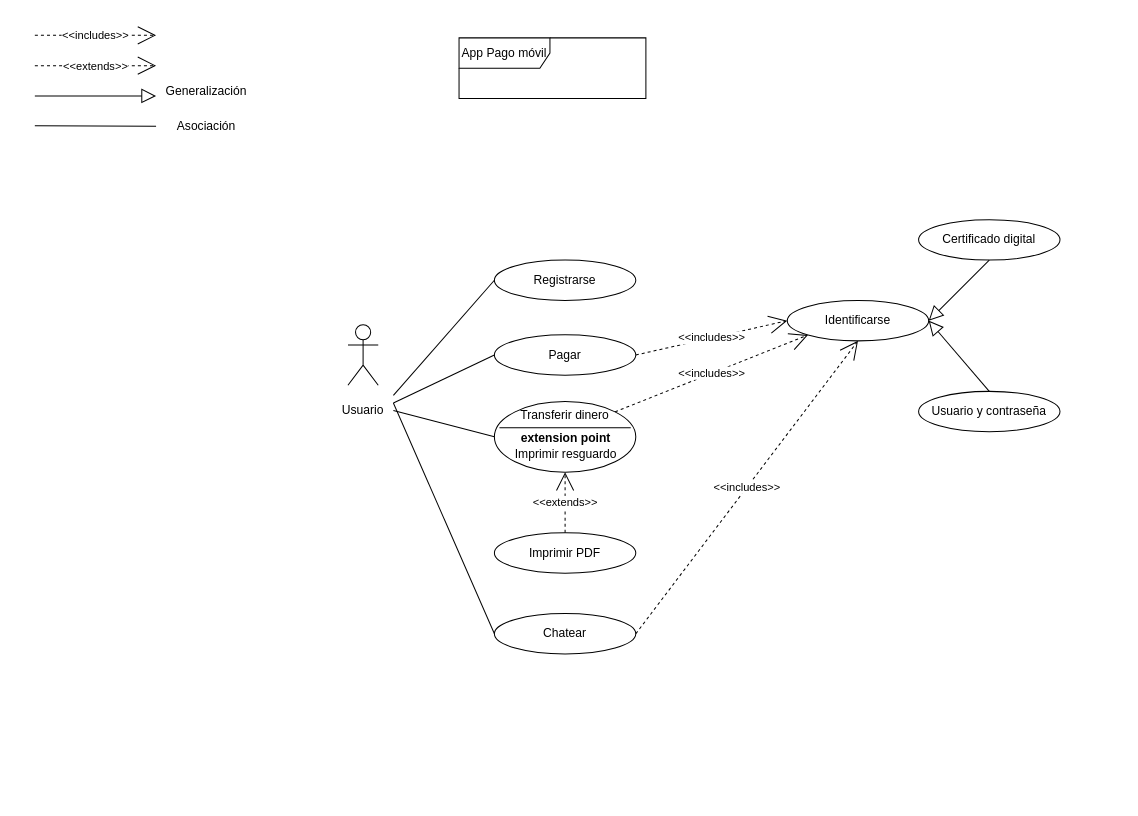
Earlier version of the draw.io diagram U6T2.drawio (memfu/EntornosDesarrollo). Source tidied: cells renumbered, new cells numbered last; positions are measured from the earlier drawing's top-left corner, leaving out a move shared by most shapes. Both pictures are drawn from the tidied source at 101%, with x=0, y=0 at pixel (34, 35).
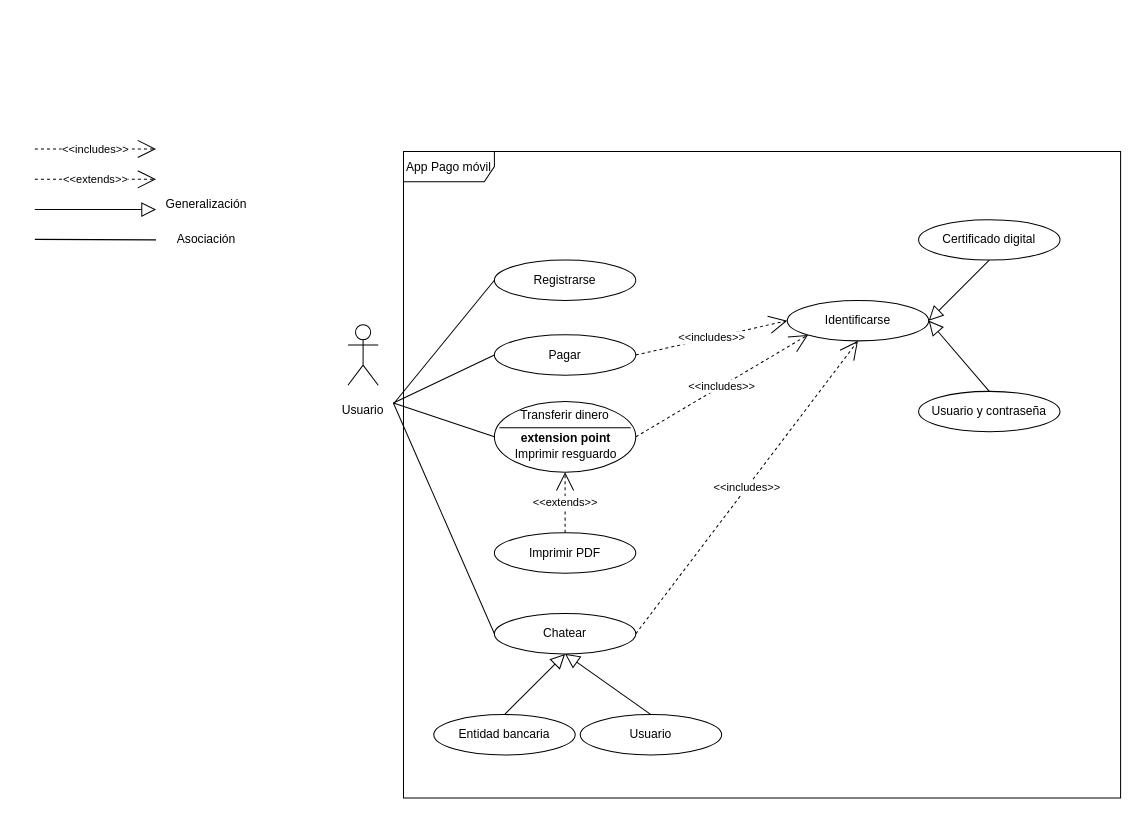
After the change.

Unchanged cells that the change refers to:
```xml
<mxCell id="2" value="Registrarse" style="ellipse;whiteSpace=wrap;html=1;" parent="1" vertex="1">
  <mxGeometry x="455" y="222" width="140" height="40" as="geometry" />
</mxCell>
<mxCell id="3" value="Identificarse" style="ellipse;whiteSpace=wrap;html=1;" parent="1" vertex="1">
  <mxGeometry x="745" y="262" width="140" height="40" as="geometry" />
</mxCell>
<mxCell id="14" value="Usuario" style="text;strokeColor=none;align=center;fillColor=none;html=1;verticalAlign=middle;whiteSpace=wrap;rounded=0;" parent="1" vertex="1">
  <mxGeometry x="295" y="356" width="60" height="30" as="geometry" />
</mxCell>
<mxCell id="25" value="Transferir dinero" style="ellipse;whiteSpace=wrap;html=1;verticalAlign=top;" parent="24" vertex="1">
  <mxGeometry y="10" width="140" height="70" as="geometry" />
</mxCell>
<mxCell id="28" value="Chatear" style="ellipse;whiteSpace=wrap;html=1;" parent="1" vertex="1">
  <mxGeometry x="455" y="572" width="140" height="40" as="geometry" />
</mxCell>
```

What changed in the source:
```diff
@@
     <mxCell id="8" value="App Pago móvil" style="shape=umlFrame;whiteSpace=wrap;html=1;width=90;height=30;" parent="1" vertex="1">
-      <mxGeometry x="420" y="2" width="185" height="60" as="geometry" />
+      <mxGeometry x="365" y="114.5" width="710" height="640" as="geometry" />
     </mxCell>
@@
-    <mxCell id="10" style="endArrow=none;endFill=0;endSize=12;html=1;rounded=0;entryX=0;entryY=0.5;entryDx=0;entryDy=0;exitX=1;exitY=0;exitDx=0;exitDy=0;" parent="1" edge="1" source="14" target="2">
-      <mxGeometry relative="1" as="geometry" />
+    <mxCell id="10" style="endArrow=none;endFill=0;endSize=12;html=1;rounded=0;entryX=0;entryY=0.5;entryDx=0;entryDy=0;" parent="1" edge="1" target="2">
+      <mxGeometry relative="1" as="geometry">
+        <mxPoint x="355" y="364.5" as="sourcePoint" />
+      </mxGeometry>
     </mxCell>
@@
     <mxCell id="15" value="&amp;lt;&amp;lt;includes&amp;gt;&amp;gt;" style="endArrow=open;endSize=16;endFill=0;html=1;rounded=0;dashed=1;" parent="1" edge="1">
       <mxGeometry relative="1" as="geometry">
-        <mxPoint y="-0.5" as="sourcePoint" />
-        <mxPoint x="120" y="-0.5" as="targetPoint" />
+        <mxPoint y="112" as="sourcePoint" />
+        <mxPoint x="120" y="112" as="targetPoint" />
       </mxGeometry>
     </mxCell>
     <mxCell id="16" value="&amp;lt;&amp;lt;extends&amp;gt;&amp;gt;" style="endArrow=open;endSize=16;endFill=0;html=1;rounded=0;dashed=1;" parent="1" edge="1">
       <mxGeometry relative="1" as="geometry">
-        <mxPoint y="29.5" as="sourcePoint" />
-        <mxPoint x="120" y="29.5" as="targetPoint" />
+        <mxPoint y="142" as="sourcePoint" />
+        <mxPoint x="120" y="142" as="targetPoint" />
       </mxGeometry>
     </mxCell>
     <mxCell id="17" style="endArrow=block;endFill=0;endSize=12;html=1;rounded=0;" parent="1" edge="1">
       <mxGeometry relative="1" as="geometry">
-        <mxPoint y="59.5" as="sourcePoint" />
-        <mxPoint x="120" y="59.5" as="targetPoint" />
+        <mxPoint y="172" as="sourcePoint" />
+        <mxPoint x="120" y="172" as="targetPoint" />
       </mxGeometry>
     </mxCell>
     <mxCell id="18" style="endArrow=none;endFill=0;endSize=12;html=1;rounded=0;" parent="1" edge="1">
       <mxGeometry relative="1" as="geometry">
-        <mxPoint y="89" as="sourcePoint" />
-        <mxPoint x="120" y="89.5" as="targetPoint" />
+        <mxPoint y="201.5" as="sourcePoint" />
+        <mxPoint x="120" y="202" as="targetPoint" />
       </mxGeometry>
     </mxCell>
     <mxCell id="19" value="Generalización" style="text;strokeColor=none;align=center;fillColor=none;html=1;verticalAlign=middle;whiteSpace=wrap;rounded=0;" parent="1" vertex="1">
-      <mxGeometry x="140" y="39.5" width="60" height="30" as="geometry" />
+      <mxGeometry x="140" y="152" width="60" height="30" as="geometry" />
     </mxCell>
     <mxCell id="20" value="Asociación" style="text;strokeColor=none;align=center;fillColor=none;html=1;verticalAlign=middle;whiteSpace=wrap;rounded=0;" parent="1" vertex="1">
-      <mxGeometry x="140" y="74.5" width="60" height="30" as="geometry" />
+      <mxGeometry x="140" y="187" width="60" height="30" as="geometry" />
     </mxCell>
@@
-    <mxCell id="29" style="endArrow=none;endFill=0;endSize=12;html=1;rounded=0;exitX=1;exitY=0.5;exitDx=0;exitDy=0;entryX=0;entryY=0.5;entryDx=0;entryDy=0;" parent="1" edge="1" source="14" target="25">
+    <mxCell id="29" style="endArrow=none;endFill=0;endSize=12;html=1;rounded=0;exitX=1;exitY=0.25;exitDx=0;exitDy=0;entryX=0;entryY=0.5;entryDx=0;entryDy=0;" parent="1" edge="1" source="14" target="25">
       <mxGeometry relative="1" as="geometry" />
     </mxCell>
@@
-    <mxCell id="31" value="&amp;lt;&amp;lt;includes&amp;gt;&amp;gt;" style="endArrow=open;endSize=16;endFill=0;html=1;rounded=0;exitX=1;exitY=0;exitDx=0;exitDy=0;entryX=0;entryY=1;entryDx=0;entryDy=0;dashed=1;" parent="1" edge="1" source="25" target="3">
+    <mxCell id="31" value="&amp;lt;&amp;lt;includes&amp;gt;&amp;gt;" style="endArrow=open;endSize=16;endFill=0;html=1;rounded=0;exitX=1;exitY=0.5;exitDx=0;exitDy=0;entryX=0;entryY=1;entryDx=0;entryDy=0;dashed=1;" parent="1" edge="1" source="25" target="3">
       <mxGeometry relative="1" as="geometry" />
     </mxCell>
+    <mxCell id="32" style="endArrow=block;endFill=0;endSize=12;html=1;rounded=0;entryX=0.5;entryY=1;entryDx=0;entryDy=0;exitX=0.5;exitY=0;exitDx=0;exitDy=0;" parent="1" edge="1" source="34" target="28">
+      <mxGeometry relative="1" as="geometry" />
+    </mxCell>
+    <mxCell id="33" value="Usuario" style="ellipse;whiteSpace=wrap;html=1;" parent="1" vertex="1">
+      <mxGeometry x="540" y="672" width="140" height="40" as="geometry" />
+    </mxCell>
+    <mxCell id="34" value="Entidad bancaria" style="ellipse;whiteSpace=wrap;html=1;" parent="1" vertex="1">
+      <mxGeometry x="395" y="672" width="140" height="40" as="geometry" />
+    </mxCell>
+    <mxCell id="35" style="endArrow=block;endFill=0;endSize=12;html=1;rounded=0;entryX=0.5;entryY=1;entryDx=0;entryDy=0;exitX=0.5;exitY=0;exitDx=0;exitDy=0;" parent="1" edge="1" source="33" target="28">
+      <mxGeometry relative="1" as="geometry" />
+    </mxCell>
```
